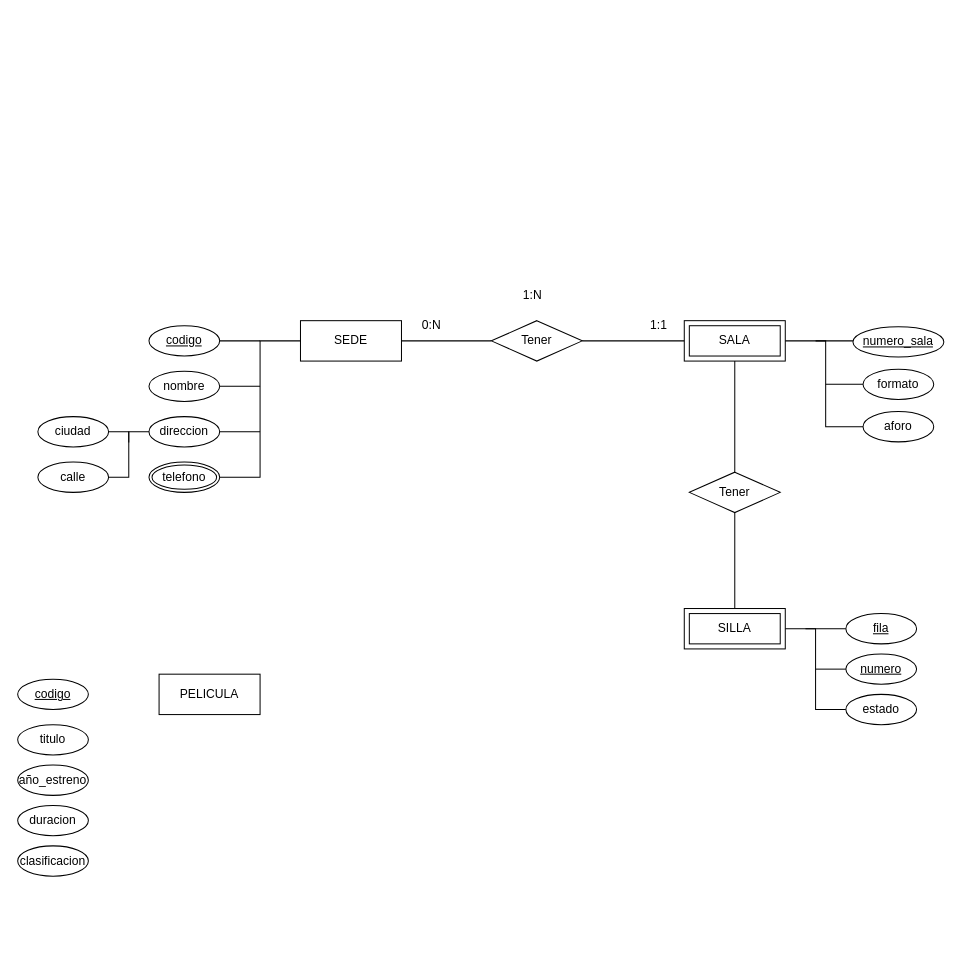
Above: Modelado/Parcial_Nocturna_DB1.drawio in jcabarcasr/Investigaciones-DB1-DB2 (draw.io), before the change. Source tidied: cells renumbered, new cells numbered last; positions are measured from the earlier drawing's top-left corner, leaving out a move shared by most shapes. Both pictures are drawn from the tidied source at 101%, with x=0, y=0 at pixel (17, 280).
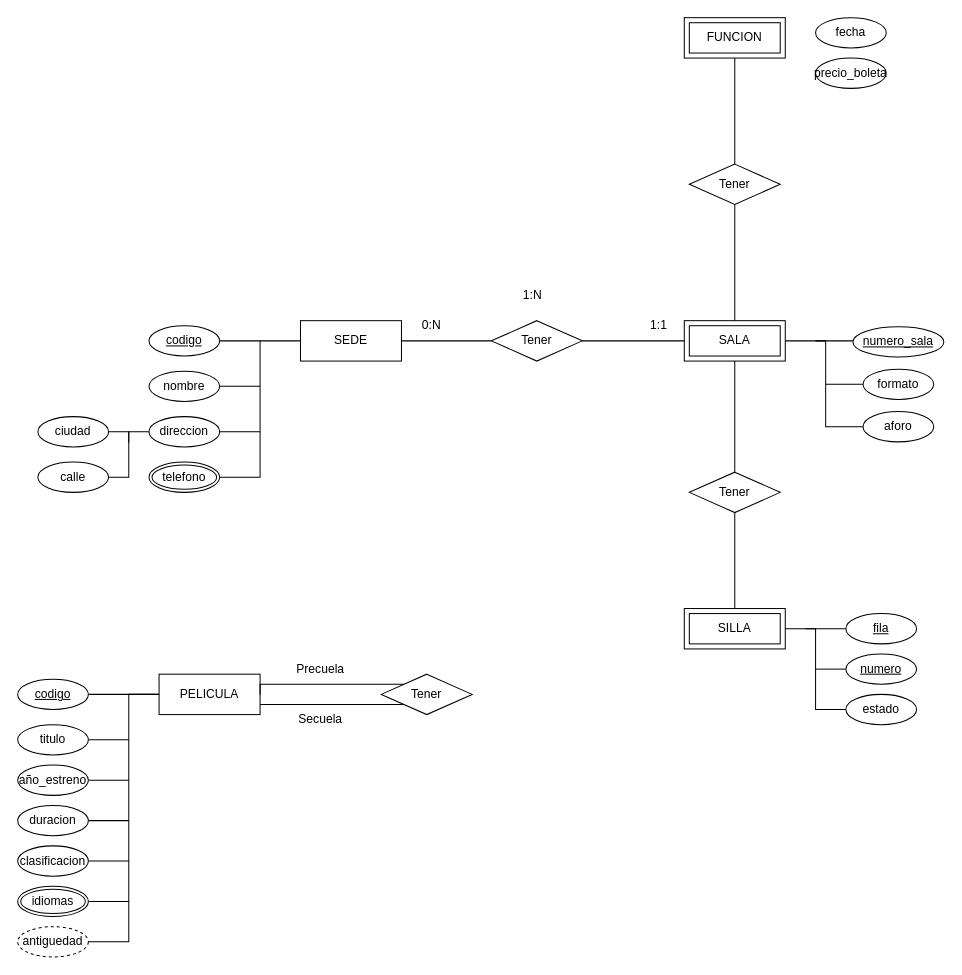
The same diagram, later.

Unchanged cells that the change refers to:
```xml
<mxCell id="16" value="SALA" style="shape=ext;margin=3;double=1;whiteSpace=wrap;html=1;align=center;" parent="1" vertex="1">
  <mxGeometry x="660" y="40" width="100" height="40" as="geometry" />
</mxCell>
<mxCell id="37" value="PELICULA" style="whiteSpace=wrap;html=1;align=center;" parent="1" vertex="1">
  <mxGeometry x="140" y="390" width="100" height="40" as="geometry" />
</mxCell>
<mxCell id="38" value="codigo" style="ellipse;whiteSpace=wrap;html=1;align=center;fontStyle=4;" parent="1" vertex="1">
  <mxGeometry y="395" width="70" height="30" as="geometry" />
</mxCell>
<mxCell id="39" value="titulo" style="ellipse;whiteSpace=wrap;html=1;align=center;" parent="1" vertex="1">
  <mxGeometry y="440" width="70" height="30" as="geometry" />
</mxCell>
<mxCell id="40" value="año_estreno" style="ellipse;whiteSpace=wrap;html=1;align=center;" parent="1" vertex="1">
  <mxGeometry y="480" width="70" height="30" as="geometry" />
</mxCell>
<mxCell id="41" value="duracion" style="ellipse;whiteSpace=wrap;html=1;align=center;" parent="1" vertex="1">
  <mxGeometry y="520" width="70" height="30" as="geometry" />
</mxCell>
<mxCell id="42" value="clasificacion" style="ellipse;whiteSpace=wrap;html=1;align=center;" parent="1" vertex="1">
  <mxGeometry y="560" width="70" height="30" as="geometry" />
</mxCell>
```

The edit, as a diff of the source:
```diff
@@
+    <mxCell id="44" style="edgeStyle=orthogonalEdgeStyle;rounded=0;jettySize=auto;html=1;entryX=0.5;entryY=1;entryDx=0;entryDy=0;endArrow=none;endFill=0;" parent="1" edge="1" source="16" target="55">
+      <mxGeometry relative="1" as="geometry" />
+    </mxCell>
@@
+    <mxCell id="45" style="edgeStyle=orthogonalEdgeStyle;rounded=0;jettySize=auto;html=1;entryX=0;entryY=1;entryDx=0;entryDy=0;endArrow=none;endFill=0;" parent="1" edge="1" source="37" target="59">
+      <mxGeometry relative="1" as="geometry">
+        <Array as="points">
+          <mxPoint x="270" y="420" />
+          <mxPoint x="270" y="420" />
+        </Array>
+      </mxGeometry>
+    </mxCell>
@@
+    <mxCell id="46" style="edgeStyle=orthogonalEdgeStyle;rounded=0;jettySize=auto;html=1;endArrow=none;endFill=0;entryX=0;entryY=0.5;entryDx=0;entryDy=0;" parent="1" edge="1" source="38" target="37">
+      <mxGeometry relative="1" as="geometry" />
+    </mxCell>
@@
+    <mxCell id="47" style="edgeStyle=orthogonalEdgeStyle;rounded=0;jettySize=auto;html=1;endArrow=none;endFill=0;" parent="1" edge="1" source="39">
+      <mxGeometry relative="1" as="geometry">
+        <mxPoint x="110" y="455" as="targetPoint" />
+      </mxGeometry>
+    </mxCell>
@@
+    <mxCell id="48" style="edgeStyle=orthogonalEdgeStyle;rounded=0;jettySize=auto;html=1;endArrow=none;endFill=0;" parent="1" edge="1" source="40">
+      <mxGeometry relative="1" as="geometry">
+        <mxPoint x="110" y="495" as="targetPoint" />
+      </mxGeometry>
+    </mxCell>
@@
+    <mxCell id="49" style="edgeStyle=orthogonalEdgeStyle;rounded=0;jettySize=auto;html=1;endArrow=none;endFill=0;" parent="1" edge="1" source="41">
+      <mxGeometry relative="1" as="geometry">
+        <mxPoint x="110" y="535" as="targetPoint" />
+      </mxGeometry>
+    </mxCell>
@@
+    <mxCell id="50" style="edgeStyle=orthogonalEdgeStyle;rounded=0;jettySize=auto;html=1;endArrow=none;endFill=0;" parent="1" edge="1" source="42">
+      <mxGeometry relative="1" as="geometry">
+        <mxPoint x="110" y="575" as="targetPoint" />
+      </mxGeometry>
+    </mxCell>
@@
+    <mxCell id="51" style="edgeStyle=orthogonalEdgeStyle;rounded=0;jettySize=auto;html=1;endArrow=none;endFill=0;" parent="1" edge="1" source="52">
+      <mxGeometry relative="1" as="geometry">
+        <mxPoint x="110" y="615" as="targetPoint" />
+      </mxGeometry>
+    </mxCell>
+    <mxCell id="52" value="idiomas" style="ellipse;shape=doubleEllipse;margin=3;whiteSpace=wrap;html=1;align=center;" parent="1" vertex="1">
+      <mxGeometry y="600" width="70" height="30" as="geometry" />
+    </mxCell>
+    <mxCell id="53" style="edgeStyle=orthogonalEdgeStyle;rounded=0;jettySize=auto;html=1;entryX=0;entryY=0.5;entryDx=0;entryDy=0;endArrow=none;endFill=0;" parent="1" edge="1" source="54" target="37">
+      <mxGeometry relative="1" as="geometry">
+        <Array as="points">
+          <mxPoint x="110" y="655" />
+          <mxPoint x="110" y="410" />
+        </Array>
+      </mxGeometry>
+    </mxCell>
+    <mxCell id="54" value="antiguedad" style="ellipse;whiteSpace=wrap;html=1;align=center;dashed=1;" parent="1" vertex="1">
+      <mxGeometry y="640" width="70" height="30" as="geometry" />
+    </mxCell>
+    <mxCell id="55" value="Tener" style="shape=rhombus;perimeter=rhombusPerimeter;whiteSpace=wrap;html=1;align=center;" parent="1" vertex="1">
+      <mxGeometry x="665" y="-115" width="90" height="40" as="geometry" />
+    </mxCell>
+    <mxCell id="56" style="edgeStyle=orthogonalEdgeStyle;rounded=0;jettySize=auto;html=1;entryX=0.5;entryY=0;entryDx=0;entryDy=0;endArrow=none;endFill=0;" parent="1" edge="1" source="57" target="55">
+      <mxGeometry relative="1" as="geometry" />
+    </mxCell>
+    <mxCell id="57" value="FUNCION" style="shape=ext;margin=3;double=1;whiteSpace=wrap;html=1;align=center;" parent="1" vertex="1">
+      <mxGeometry x="660" y="-260" width="100" height="40" as="geometry" />
+    </mxCell>
+    <mxCell id="58" style="edgeStyle=orthogonalEdgeStyle;rounded=0;jettySize=auto;html=1;entryX=1;entryY=0.5;entryDx=0;entryDy=0;endArrow=none;endFill=0;" parent="1" edge="1" source="59" target="37">
+      <mxGeometry relative="1" as="geometry">
+        <Array as="points">
+          <mxPoint x="240.1" y="399.9" />
+        </Array>
+      </mxGeometry>
+    </mxCell>
+    <mxCell id="59" value="Tener" style="shape=rhombus;perimeter=rhombusPerimeter;whiteSpace=wrap;html=1;align=center;" parent="1" vertex="1">
+      <mxGeometry x="360" y="390" width="90" height="40" as="geometry" />
+    </mxCell>
+    <mxCell id="60" value="Precuela" style="text;html=1;whiteSpace=wrap;strokeColor=none;fillColor=none;align=center;verticalAlign=middle;rounded=0;" parent="1" vertex="1">
+      <mxGeometry x="270" y="370" width="60" height="30" as="geometry" />
+    </mxCell>
+    <mxCell id="61" value="Secuela" style="text;html=1;whiteSpace=wrap;strokeColor=none;fillColor=none;align=center;verticalAlign=middle;rounded=0;" parent="1" vertex="1">
+      <mxGeometry x="270" y="420" width="60" height="30" as="geometry" />
+    </mxCell>
+    <mxCell id="62" value="fecha" style="ellipse;whiteSpace=wrap;html=1;align=center;" parent="1" vertex="1">
+      <mxGeometry x="790" y="-260" width="70" height="30" as="geometry" />
+    </mxCell>
+    <mxCell id="63" value="precio_boleta" style="ellipse;whiteSpace=wrap;html=1;align=center;" parent="1" vertex="1">
+      <mxGeometry x="790" y="-220" width="70" height="30" as="geometry" />
+    </mxCell>
```
